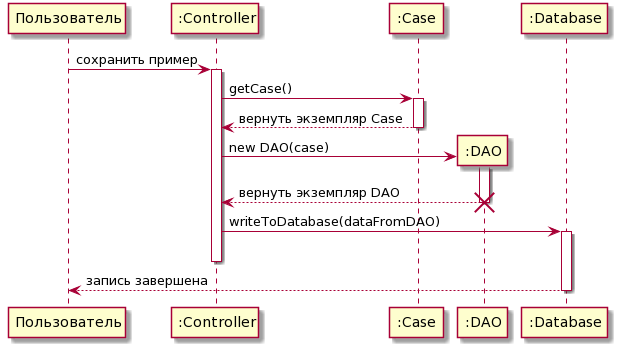
Before: fig/sequenceDiagram_saveToDB.png, a diagram exported from PlantUML (wandel812/crs2semMag). Source of this version:
```plantuml
@startuml
Пользователь -> ":Controller" : сохранить пример
activate ":Controller"
":Controller" -> ":Case" : getCase()
activate ":Case"
":Case" --> ":Controller" : вернуть экземпляр Case
deactivate ":Case"
create ":DAO"
":Controller" -> ":DAO" : new DAO(case)
activate ":DAO"
":DAO" --> ":Controller" : вернуть экземпляр DAO
deactivate ":DAO"
destroy ":DAO"
":Controller" -> ":Database" : writeToDatabase(dataFromDAO)
activate ":Database"
deactivate ":Controller"
":Database" --> Пользователь : запись завершена
deactivate ":Database"
@enduml
```
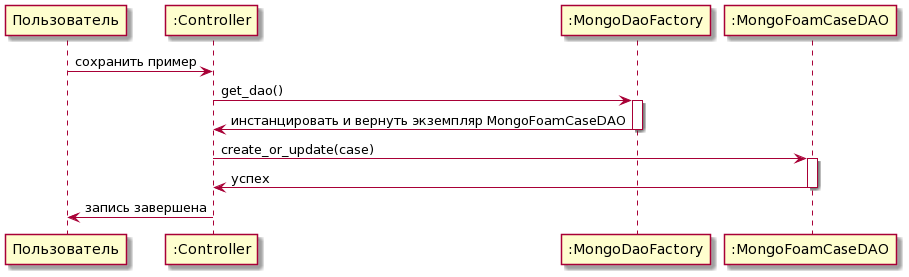
Later version of the same file.

Diff of the diagram source:
```diff
@@ -1,19 +1,13 @@
 @startuml
 Пользователь -> ":Controller" : сохранить пример
-activate ":Controller"
-":Controller" -> ":Case" : getCase()
-activate ":Case"
-":Case" --> ":Controller" : вернуть экземпляр Case
-deactivate ":Case"
-create ":DAO"
-":Controller" -> ":DAO" : new DAO(case)
-activate ":DAO"
-":DAO" --> ":Controller" : вернуть экземпляр DAO
-deactivate ":DAO"
-destroy ":DAO"
-":Controller" -> ":Database" : writeToDatabase(dataFromDAO)
-activate ":Database"
+":Controller" -> ":MongoDaoFactory" : get_dao()
+activate ":MongoDaoFactory"
+":MongoDaoFactory" -> ":Controller" : инстанцировать и вернуть экземпляр MongoFoamCaseDAO
+deactivate ":MongoDaoFactory"
+":Controller" -> ":MongoFoamCaseDAO": create_or_update(case)
+activate ":MongoFoamCaseDAO"
+":MongoFoamCaseDAO" -> ":Controller": успех
+deactivate ":MongoFoamCaseDAO"
+":Controller" -> Пользователь: запись завершена
 deactivate ":Controller"
-":Database" --> Пользователь : запись завершена
-deactivate ":Database"
 @enduml
```
